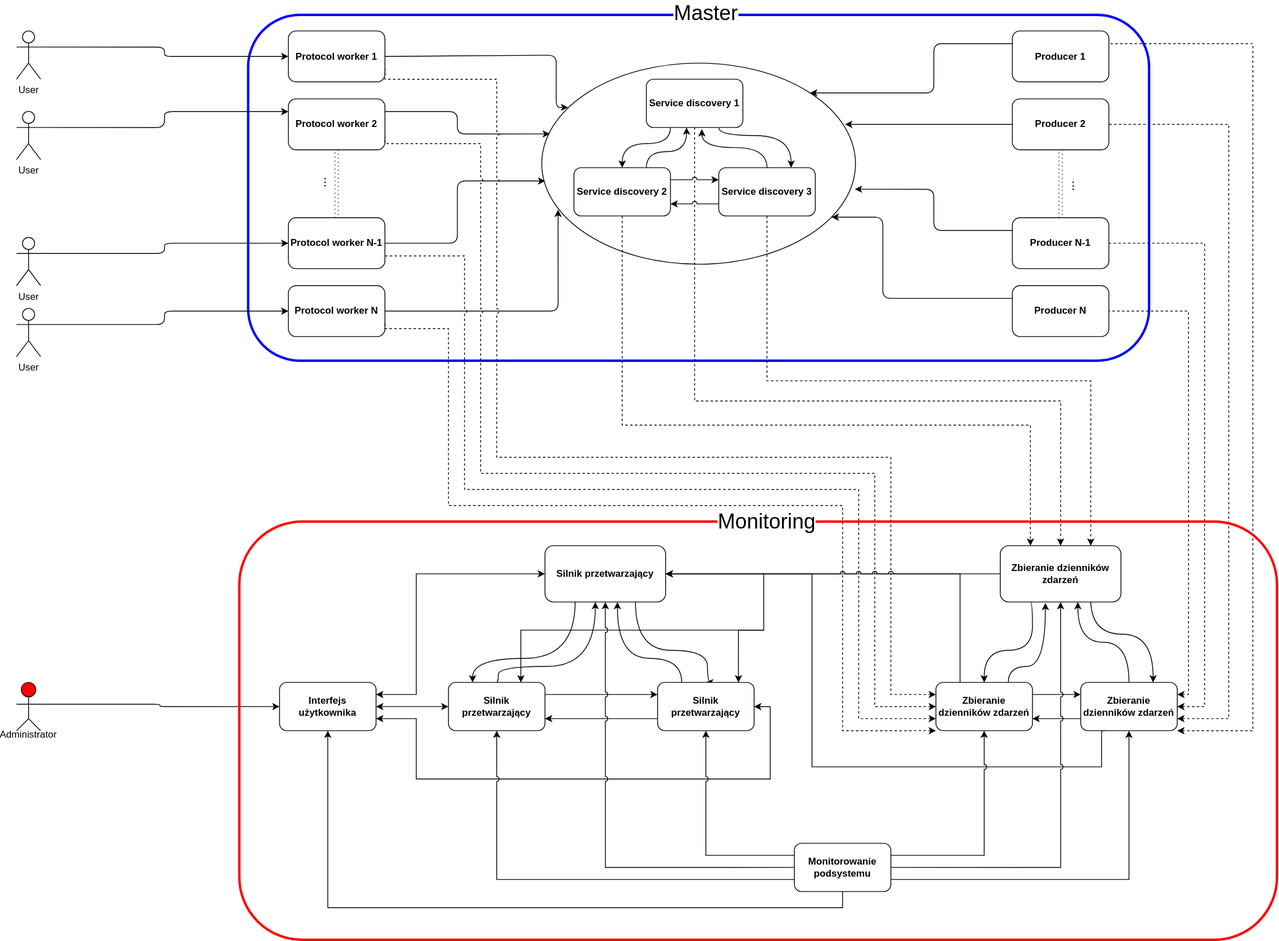
yachoo2606/Master-Thesis keeps this draw.io diagram as schemas/master—koncepcja-Dev.drawio.svg. Above is the earlier version. Source tidied: cells renumbered, new cells last; positions are measured from the earlier drawing's top-left corner, leaving out a move shared by most shapes.
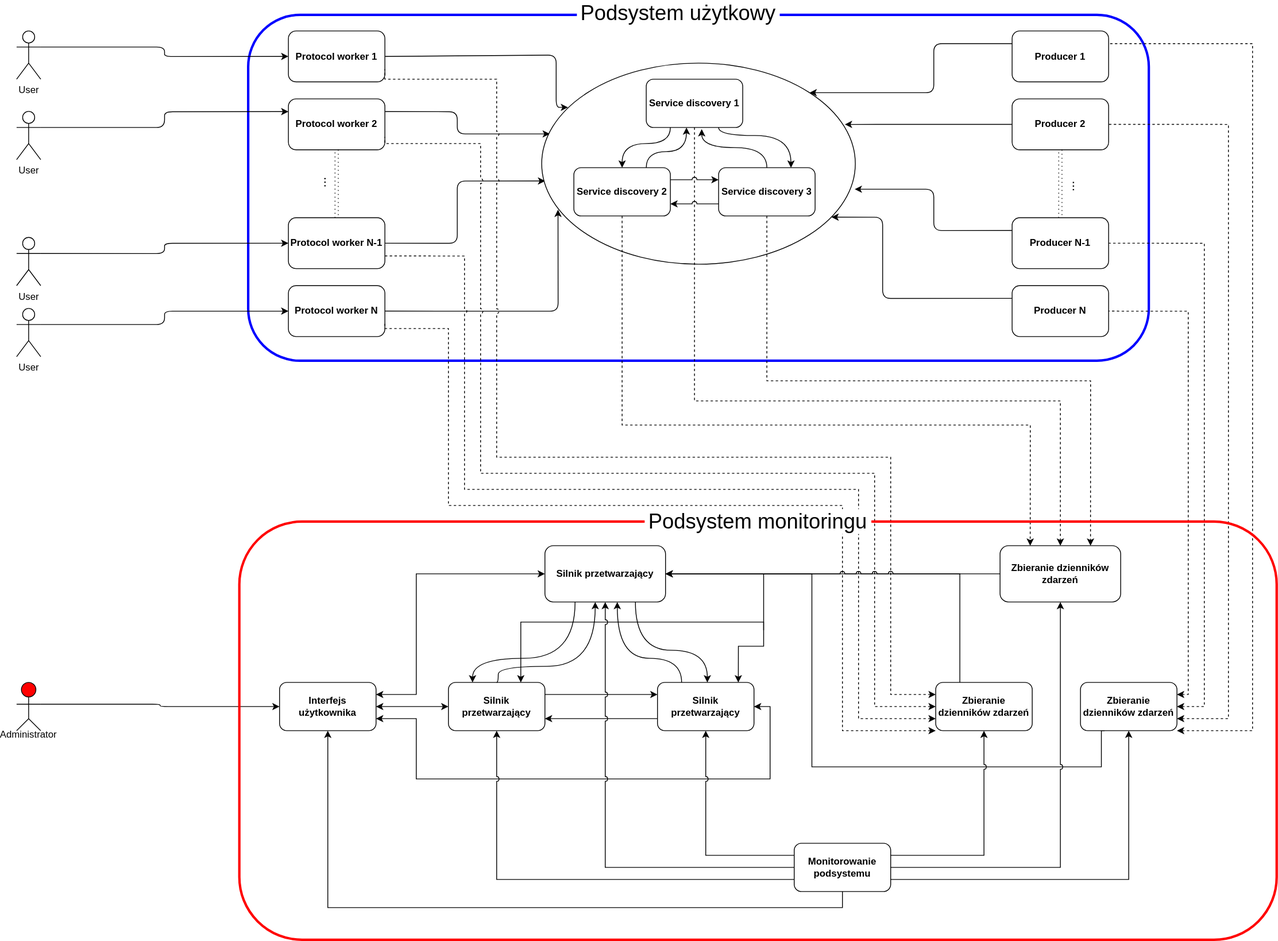
After the change.

Commit message:
added motivation in introduction, and added implementation of monitoring subsystem

Change to the diagram source:
```diff
@@ -34,8 +34,8 @@
     <mxCell id="10" value="User" style="shape=umlActor;verticalLabelPosition=bottom;verticalAlign=top;html=1;outlineConnect=0;" parent="1" vertex="1">
       <mxGeometry x="15" y="380" width="30" height="60" as="geometry" />
     </mxCell>
-    <mxCell id="11" value="Master" style="text;html=1;align=center;verticalAlign=middle;whiteSpace=wrap;rounded=0;fontSize=26;horizontal=1;labelBackgroundColor=default;fillColor=default;fillStyle=solid;" parent="1" vertex="1">
-      <mxGeometry x="831.5" width="81" height="25" as="geometry" />
+    <mxCell id="11" value="Podsystem użytkowy" style="text;html=1;align=center;verticalAlign=middle;whiteSpace=wrap;rounded=0;fontSize=26;horizontal=1;labelBackgroundColor=default;fillColor=default;fillStyle=solid;" parent="1" vertex="1">
+      <mxGeometry x="711.8" width="252.2" height="25" as="geometry" />
     </mxCell>
     <mxCell id="12" style="edgeStyle=orthogonalEdgeStyle;rounded=1;jettySize=auto;html=1;exitX=1;exitY=0.5;exitDx=0;exitDy=0;entryX=0.084;entryY=0.22;entryDx=0;entryDy=0;entryPerimeter=0;curved=0;" parent="1" edge="1" source="39" target="20">
       <mxGeometry relative="1" as="geometry">
@@ -278,30 +278,9 @@
     <mxCell id="57" style="rounded=1;whiteSpace=wrap;html=1;fillColor=none;strokeColor=#ff0000;strokeWidth=3;" parent="53" vertex="1">
       <mxGeometry x="292" y="15" width="1290" height="520" as="geometry" />
     </mxCell>
-    <mxCell id="58" style="edgeStyle=orthogonalEdgeStyle;rounded=0;jettySize=auto;html=1;exitX=0.25;exitY=1;exitDx=0;exitDy=0;entryX=0.5;entryY=0;entryDx=0;entryDy=0;curved=1;" parent="53" edge="1" source="60" target="66">
-      <mxGeometry relative="1" as="geometry">
-        <Array as="points">
-          <mxPoint x="1278" y="115" />
-          <mxPoint x="1278" y="175" />
-          <mxPoint x="1218" y="175" />
-        </Array>
-      </mxGeometry>
-    </mxCell>
-    <mxCell id="59" style="edgeStyle=orthogonalEdgeStyle;rounded=0;jettySize=auto;html=1;exitX=0.75;exitY=1;exitDx=0;exitDy=0;entryX=0.75;entryY=0;entryDx=0;entryDy=0;curved=1;" parent="53" edge="1" source="60" target="63">
-      <mxGeometry relative="1" as="geometry">
-        <Array as="points">
-          <mxPoint x="1352" y="115" />
-          <mxPoint x="1352" y="155" />
-          <mxPoint x="1428" y="155" />
-        </Array>
-      </mxGeometry>
-    </mxCell>
     <mxCell id="60" value="&lt;b&gt;Zbieranie dzienników zdarzeń&lt;/b&gt;" style="rounded=1;whiteSpace=wrap;html=1;" parent="53" vertex="1">
       <mxGeometry x="1238" y="45" width="150" height="70" as="geometry" />
     </mxCell>
-    <mxCell id="61" style="edgeStyle=orthogonalEdgeStyle;rounded=0;jettySize=auto;html=1;exitX=0;exitY=0.75;exitDx=0;exitDy=0;entryX=1;entryY=0.75;entryDx=0;entryDy=0;curved=0;" parent="53" edge="1" source="63" target="66">
-      <mxGeometry relative="1" as="geometry" />
-    </mxCell>
     <mxCell id="62" style="edgeStyle=orthogonalEdgeStyle;rounded=0;jettySize=auto;html=1;exitX=0.25;exitY=1;exitDx=0;exitDy=0;entryX=1;entryY=0.5;entryDx=0;entryDy=0;jumpStyle=arc;" parent="53" edge="1" source="63" target="71">
       <mxGeometry relative="1" as="geometry">
         <Array as="points">
@@ -315,18 +294,12 @@
     <mxCell id="63" value="&lt;b&gt;Zbieranie dzienników zdarzeń&lt;/b&gt;" style="rounded=1;whiteSpace=wrap;html=1;" parent="53" vertex="1">
       <mxGeometry x="1338" y="215" width="120" height="60" as="geometry" />
     </mxCell>
-    <mxCell id="64" style="edgeStyle=orthogonalEdgeStyle;rounded=0;jettySize=auto;html=1;exitX=1;exitY=0.25;exitDx=0;exitDy=0;entryX=0;entryY=0.25;entryDx=0;entryDy=0;curved=0;" parent="53" edge="1" source="66" target="63">
-      <mxGeometry relative="1" as="geometry" />
-    </mxCell>
     <mxCell id="65" style="edgeStyle=orthogonalEdgeStyle;rounded=0;jettySize=auto;html=1;exitX=0.25;exitY=0;exitDx=0;exitDy=0;entryX=1;entryY=0.5;entryDx=0;entryDy=0;" parent="53" edge="1" source="66" target="71">
       <mxGeometry relative="1" as="geometry" />
     </mxCell>
     <mxCell id="66" value="&lt;b&gt;Zbieranie dzienników zdarzeń&lt;/b&gt;" style="rounded=1;whiteSpace=wrap;html=1;" parent="53" vertex="1">
       <mxGeometry x="1158" y="215" width="120" height="60" as="geometry" />
     </mxCell>
-    <mxCell id="67" style="edgeStyle=orthogonalEdgeStyle;rounded=0;jettySize=auto;html=1;exitX=0.5;exitY=0;exitDx=0;exitDy=0;curved=1;entryX=0.643;entryY=1.001;entryDx=0;entryDy=0;entryPerimeter=0;" parent="53" edge="1" source="63" target="60">
-      <mxGeometry relative="1" as="geometry" />
-    </mxCell>
     <mxCell id="68" style="edgeStyle=orthogonalEdgeStyle;rounded=0;jettySize=auto;html=1;exitX=0.25;exitY=1;exitDx=0;exitDy=0;entryX=0.25;entryY=0;entryDx=0;entryDy=0;curved=1;" parent="53" edge="1" source="71" target="77">
       <mxGeometry relative="1" as="geometry">
         <Array as="points">
@@ -335,7 +308,7 @@
         </Array>
       </mxGeometry>
     </mxCell>
-    <mxCell id="69" style="edgeStyle=orthogonalEdgeStyle;rounded=0;jettySize=auto;html=1;exitX=0.75;exitY=1;exitDx=0;exitDy=0;entryX=0.5;entryY=0;entryDx=0;entryDy=0;curved=1;" parent="53" edge="1" source="71" target="74">
+    <mxCell id="69" style="edgeStyle=orthogonalEdgeStyle;rounded=0;jettySize=auto;html=1;exitX=0.75;exitY=1;exitDx=0;exitDy=0;entryX=0.52;entryY=-0.001;entryDx=0;entryDy=0;curved=1;entryPerimeter=0;" parent="53" edge="1" source="71" target="74">
       <mxGeometry relative="1" as="geometry">
         <Array as="points">
           <mxPoint x="785" y="175" />
@@ -358,8 +331,8 @@
         <mxPoint x="912.5" y="215" as="sourcePoint" />
         <mxPoint x="942.5" y="80" as="targetPoint" />
         <Array as="points">
-          <mxPoint x="913" y="150" />
-          <mxPoint x="944" y="150" />
+          <mxPoint x="913" y="170" />
+          <mxPoint x="944" y="170" />
           <mxPoint x="944" y="80" />
         </Array>
       </mxGeometry>
@@ -374,7 +347,8 @@
       <mxGeometry relative="1" as="geometry">
         <mxPoint x="944" y="150" as="targetPoint" />
         <Array as="points">
-          <mxPoint x="642" y="150" />
+          <mxPoint x="642" y="140" />
+          <mxPoint x="944" y="140" />
         </Array>
       </mxGeometry>
     </mxCell>
@@ -446,16 +420,8 @@
         </Array>
       </mxGeometry>
     </mxCell>
-    <mxCell id="92" style="edgeStyle=orthogonalEdgeStyle;rounded=0;jettySize=auto;html=1;exitX=0.75;exitY=0;exitDx=0;exitDy=0;entryX=0.374;entryY=1.017;entryDx=0;entryDy=0;entryPerimeter=0;curved=1;" parent="53" edge="1" source="66" target="60">
-      <mxGeometry relative="1" as="geometry">
-        <Array as="points">
-          <mxPoint x="1248" y="195" />
-          <mxPoint x="1294" y="195" />
-        </Array>
-      </mxGeometry>
-    </mxCell>
-    <mxCell id="93" value="Monitoring" style="text;html=1;align=center;verticalAlign=middle;whiteSpace=wrap;rounded=0;fontSize=26;horizontal=1;labelBackgroundColor=default;fillColor=default;fillStyle=solid;" parent="53" vertex="1">
-      <mxGeometry x="888" width="120" height="30" as="geometry" />
+    <mxCell id="93" value="Podsystem monitoringu" style="text;html=1;align=center;verticalAlign=middle;whiteSpace=wrap;rounded=0;fontSize=26;horizontal=1;labelBackgroundColor=default;fillColor=default;fillStyle=solid;" parent="53" vertex="1">
+      <mxGeometry x="796" width="282" height="30" as="geometry" />
     </mxCell>
   </root>
 </mxGraphModel>
```
